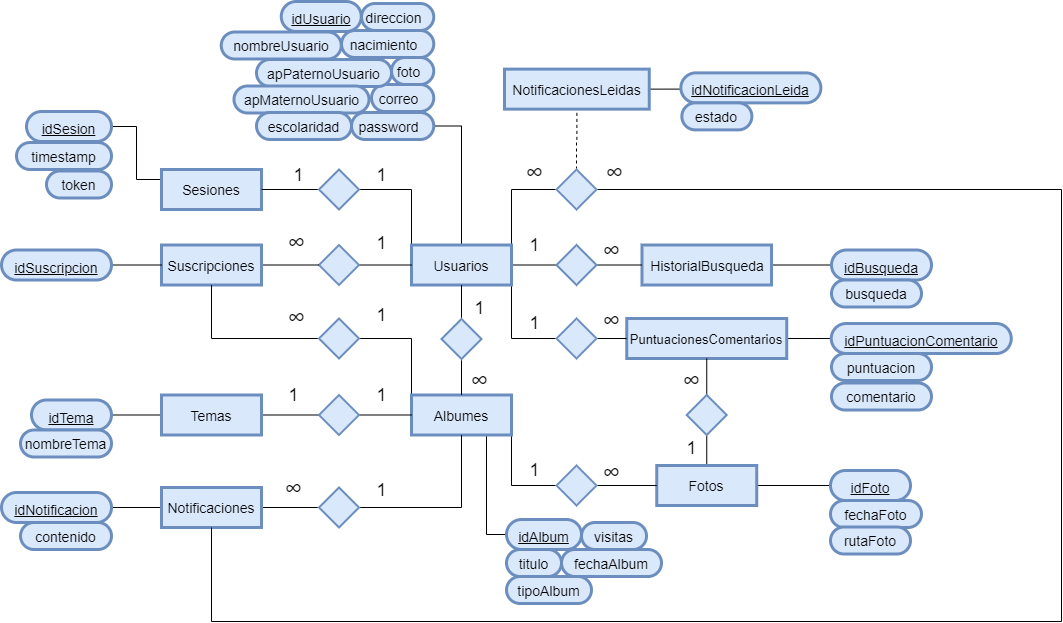
CesarArellano/Virtual-Albums keeps this draw.io diagram as Documentacion/Diagrama Entidad-Relación Proyecto.png. Above is the earlier version. Source tidied: cells renumbered, new cells last; positions are measured from the earlier drawing's top-left corner, leaving out a move shared by most shapes.
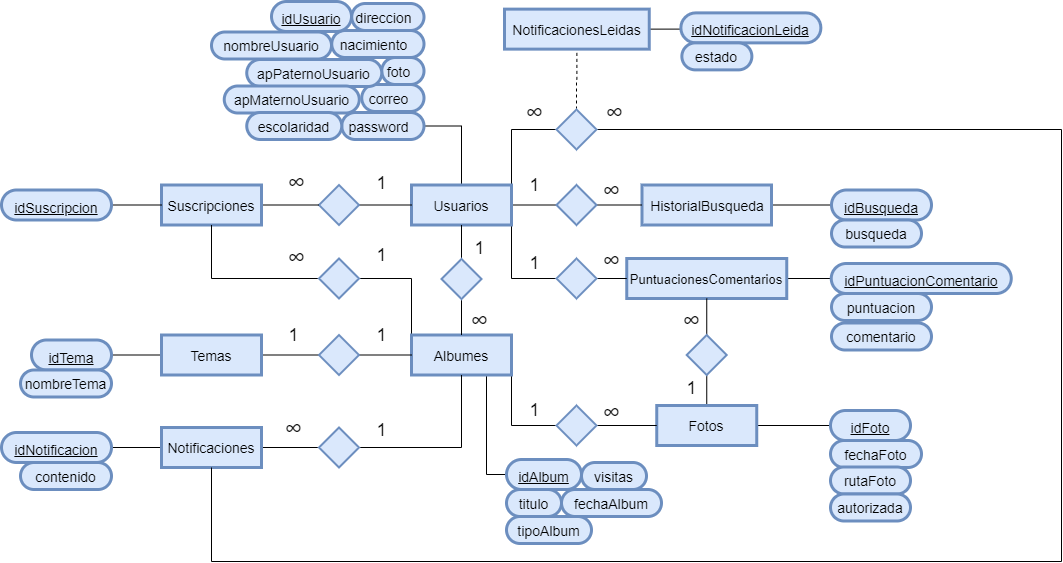
The same diagram one commit later.

Change to the diagram source:
```diff
@@ -14,9 +14,6 @@
     <mxCell id="5" style="edgeStyle=orthogonalEdgeStyle;rounded=0;jettySize=auto;html=1;exitX=1;exitY=0;exitDx=0;exitDy=0;entryX=0;entryY=0.5;entryDx=0;entryDy=0;endArrow=none;endFill=0;fontFamily=Helvetica;align=center;shadow=0;comic=0;" parent="1" edge="1" source="7" target="91">
       <mxGeometry relative="1" as="geometry" />
     </mxCell>
-    <mxCell id="6" style="edgeStyle=orthogonalEdgeStyle;rounded=0;jettySize=auto;html=1;exitX=0;exitY=0;exitDx=0;exitDy=0;entryX=1;entryY=0.5;entryDx=0;entryDy=0;endArrow=none;endFill=0;fontFamily=Helvetica;align=center;shadow=0;comic=0;" parent="1" edge="1" source="7" target="104">
-      <mxGeometry relative="1" as="geometry" />
-    </mxCell>
     <mxCell id="7" value="Usuarios" style="rounded=0;whiteSpace=wrap;html=1;fillColor=#dae8fc;strokeColor=#6c8ebf;fontFamily=Helvetica;fontSize=14;strokeWidth=3;align=center;shadow=0;comic=0;" parent="1" vertex="1">
       <mxGeometry x="410" y="243.5" width="100" height="40" as="geometry" />
     </mxCell>
@@ -69,19 +66,19 @@
       <mxGeometry x="640.5" y="243.5" width="129.5" height="40" as="geometry" />
     </mxCell>
     <mxCell id="24" value="&lt;font style=&quot;font-size: 14px&quot;&gt;direccion&lt;/font&gt;" style="rounded=1;whiteSpace=wrap;html=1;arcSize=50;fillColor=#dae8fc;strokeColor=#6c8ebf;strokeWidth=3;align=center;spacingRight=7;fontFamily=Helvetica;shadow=0;comic=0;" parent="1" vertex="1">
-      <mxGeometry x="360" y="2" width="72.2" height="27" as="geometry" />
+      <mxGeometry x="350.2" y="62" width="72.2" height="27" as="geometry" />
     </mxCell>
     <mxCell id="25" value="&lt;span style=&quot;font-size: 14px&quot;&gt;nacimiento&lt;/span&gt;" style="rounded=1;whiteSpace=wrap;html=1;arcSize=50;fillColor=#dae8fc;strokeColor=#6c8ebf;strokeWidth=3;align=center;spacingRight=7;fontFamily=Helvetica;shadow=0;comic=0;" parent="1" vertex="1">
-      <mxGeometry x="340" y="29" width="92.2" height="27" as="geometry" />
+      <mxGeometry x="330.2" y="89" width="92.2" height="27" as="geometry" />
     </mxCell>
     <mxCell id="26" value="&lt;span style=&quot;font-size: 14px&quot;&gt;foto&lt;/span&gt;" style="rounded=1;whiteSpace=wrap;html=1;arcSize=50;fillColor=#dae8fc;strokeColor=#6c8ebf;strokeWidth=3;align=center;spacingRight=7;fontFamily=Helvetica;shadow=0;comic=0;" parent="1" vertex="1">
-      <mxGeometry x="390" y="56" width="42.2" height="27" as="geometry" />
+      <mxGeometry x="380.2" y="116" width="42.2" height="27" as="geometry" />
     </mxCell>
     <mxCell id="27" value="&lt;span style=&quot;font-size: 14px&quot;&gt;correo&lt;/span&gt;" style="rounded=1;whiteSpace=wrap;html=1;arcSize=50;fillColor=#dae8fc;strokeColor=#6c8ebf;strokeWidth=3;align=center;spacingRight=7;fontFamily=Helvetica;shadow=0;comic=0;" parent="1" vertex="1">
-      <mxGeometry x="370" y="83" width="62.2" height="27" as="geometry" />
+      <mxGeometry x="360.2" y="143" width="62.2" height="27" as="geometry" />
     </mxCell>
     <mxCell id="28" value="&lt;span style=&quot;font-size: 14px&quot;&gt;password&lt;/span&gt;" style="rounded=1;whiteSpace=wrap;html=1;arcSize=50;fillColor=#dae8fc;strokeColor=#6c8ebf;strokeWidth=3;align=center;spacingRight=7;fontFamily=Helvetica;shadow=0;comic=0;" parent="1" vertex="1">
-      <mxGeometry x="350" y="111" width="82.2" height="27" as="geometry" />
+      <mxGeometry x="340.2" y="171" width="82.2" height="27" as="geometry" />
     </mxCell>
     <mxCell id="29" style="edgeStyle=orthogonalEdgeStyle;rounded=0;jettySize=auto;html=1;exitX=1;exitY=0.5;exitDx=0;exitDy=0;entryX=0;entryY=0.5;entryDx=0;entryDy=0;endArrow=none;endFill=0;fontFamily=Helvetica;align=center;shadow=0;comic=0;" parent="1" edge="1" source="30" target="35">
       <mxGeometry relative="1" as="geometry" />
@@ -262,7 +259,7 @@
     </mxCell>
     <mxCell id="88" style="edgeStyle=orthogonalEdgeStyle;rounded=0;orthogonalLoop=1;jettySize=auto;html=1;exitX=1;exitY=0.5;exitDx=0;exitDy=0;entryX=0;entryY=0.5;entryDx=0;entryDy=0;endArrow=none;endFill=0;" parent="1" edge="1">
       <mxGeometry relative="1" as="geometry">
-        <mxPoint x="800" y="174.5" as="sourcePoint" />
+        <mxPoint x="825" y="177.5" as="sourcePoint" />
       </mxGeometry>
     </mxCell>
     <mxCell id="89" style="edgeStyle=orthogonalEdgeStyle;rounded=0;jettySize=auto;html=1;entryX=0.5;entryY=1;entryDx=0;entryDy=0;endArrow=none;endFill=0;fontFamily=Helvetica;align=center;shadow=0;comic=0;" parent="1" edge="1" source="91" target="83">
@@ -280,27 +277,6 @@
     <mxCell id="91" style="rhombus;whiteSpace=wrap;html=1;fillColor=#dae8fc;strokeColor=#6c8ebf;strokeWidth=2;fontFamily=Helvetica;align=center;shadow=0;comic=0;" parent="1" vertex="1">
       <mxGeometry x="555" y="168" width="40" height="40" as="geometry" />
     </mxCell>
-    <mxCell id="92" style="edgeStyle=orthogonalEdgeStyle;rounded=0;jettySize=auto;html=1;exitX=0;exitY=0.25;exitDx=0;exitDy=0;entryX=1;entryY=0.5;entryDx=0;entryDy=0;endArrow=none;endFill=0;fontFamily=Helvetica;align=center;shadow=0;comic=0;" parent="1" edge="1" source="93" target="94">
-      <mxGeometry relative="1" as="geometry" />
-    </mxCell>
-    <mxCell id="93" value="Sesiones" style="rounded=0;whiteSpace=wrap;html=1;fillColor=#dae8fc;strokeColor=#6c8ebf;fontFamily=Helvetica;fontSize=14;strokeWidth=3;align=center;shadow=0;comic=0;" parent="1" vertex="1">
-      <mxGeometry x="160" y="168" width="100" height="40" as="geometry" />
-    </mxCell>
-    <mxCell id="94" value="&lt;span style=&quot;font-size: 14px&quot;&gt;idSesion&lt;/span&gt;" style="rounded=1;whiteSpace=wrap;html=1;shadow=0;glass=0;comic=0;strokeWidth=3;fontSize=23;fillColor=#dae8fc;strokeColor=#6c8ebf;arcSize=50;fontStyle=4;fontFamily=Helvetica;align=center;" parent="1" vertex="1">
-      <mxGeometry x="25" y="110" width="85" height="30" as="geometry" />
-    </mxCell>
-    <mxCell id="95" value="&lt;font style=&quot;font-size: 14px&quot;&gt;timestamp&lt;/font&gt;" style="rounded=1;whiteSpace=wrap;html=1;arcSize=50;fillColor=#dae8fc;strokeColor=#6c8ebf;strokeWidth=3;fontFamily=Helvetica;align=center;shadow=0;comic=0;" parent="1" vertex="1">
-      <mxGeometry x="15" y="141" width="95" height="27" as="geometry" />
-    </mxCell>
-    <mxCell id="96" value="&lt;font style=&quot;font-size: 18px&quot;&gt;1&lt;/font&gt;" style="text;html=1;fontSize=25;fontFamily=Helvetica;align=center;shadow=0;comic=0;" parent="1" vertex="1">
-      <mxGeometry x="284.8" y="148.8" width="25" height="40" as="geometry" />
-    </mxCell>
-    <mxCell id="97" value="&lt;font style=&quot;font-size: 18px&quot;&gt;1&lt;/font&gt;" style="text;html=1;fontSize=25;fontFamily=Helvetica;align=center;shadow=0;comic=0;" parent="1" vertex="1">
-      <mxGeometry x="367.5" y="148.8" width="25" height="40" as="geometry" />
-    </mxCell>
-    <mxCell id="98" value="&lt;font style=&quot;font-size: 14px&quot;&gt;token&lt;br&gt;&lt;/font&gt;" style="rounded=1;whiteSpace=wrap;html=1;arcSize=50;fillColor=#dae8fc;strokeColor=#6c8ebf;strokeWidth=3;fontFamily=Helvetica;align=center;shadow=0;comic=0;" parent="1" vertex="1">
-      <mxGeometry x="45" y="169.5" width="65" height="27" as="geometry" />
-    </mxCell>
     <mxCell id="99" style="edgeStyle=orthogonalEdgeStyle;rounded=0;jettySize=auto;html=1;exitX=1;exitY=0.5;exitDx=0;exitDy=0;entryX=0;entryY=0.5;entryDx=0;entryDy=0;endArrow=none;endFill=0;fontFamily=Helvetica;align=center;shadow=0;comic=0;" parent="1" edge="1" source="100" target="101">
       <mxGeometry relative="1" as="geometry" />
     </mxCell>
@@ -313,12 +289,6 @@
     <mxCell id="102" value="&lt;font style=&quot;font-size: 14px&quot;&gt;estado&lt;/font&gt;" style="rounded=1;whiteSpace=wrap;html=1;arcSize=50;fillColor=#dae8fc;strokeColor=#6c8ebf;strokeWidth=3;fontFamily=Helvetica;align=center;shadow=0;comic=0;" parent="1" vertex="1">
       <mxGeometry x="680.4" y="101.4" width="70" height="27" as="geometry" />
     </mxCell>
-    <mxCell id="103" style="edgeStyle=orthogonalEdgeStyle;rounded=0;jettySize=auto;html=1;entryX=1;entryY=0.5;entryDx=0;entryDy=0;endArrow=none;endFill=0;fontFamily=Helvetica;align=center;shadow=0;comic=0;" parent="1" edge="1" source="104" target="93">
-      <mxGeometry relative="1" as="geometry" />
-    </mxCell>
-    <mxCell id="104" style="rhombus;whiteSpace=wrap;html=1;fillColor=#dae8fc;strokeColor=#6c8ebf;strokeWidth=2;fontFamily=Helvetica;align=center;shadow=0;comic=0;" parent="1" vertex="1">
-      <mxGeometry x="317.5" y="168" width="40" height="40" as="geometry" />
-    </mxCell>
     <mxCell id="105" value="&lt;font style=&quot;font-size: 25px;&quot;&gt;∞&lt;/font&gt;" style="text;html=1;fontSize=25;fontFamily=Helvetica;align=center;shadow=0;comic=0;" parent="1" vertex="1">
       <mxGeometry x="602.5" y="148.8" width="20" height="30" as="geometry" />
     </mxCell>
@@ -326,19 +296,22 @@
       <mxGeometry x="522.5" y="148.8" width="20" height="30" as="geometry" />
     </mxCell>
     <mxCell id="107" value="&lt;span style=&quot;font-size: 14px&quot;&gt;idUsuario&lt;/span&gt;" style="rounded=1;whiteSpace=wrap;html=1;shadow=0;glass=0;comic=0;strokeWidth=3;fontSize=23;fillColor=#dae8fc;strokeColor=#6c8ebf;arcSize=50;fontStyle=4;spacingTop=0;fontFamily=Helvetica;align=center;" parent="1" vertex="1">
-      <mxGeometry x="279.8" width="80" height="30" as="geometry" />
+      <mxGeometry x="270" y="60" width="80" height="30" as="geometry" />
     </mxCell>
     <mxCell id="108" value="&lt;font style=&quot;font-size: 14px&quot;&gt;nombreUsuario&lt;/font&gt;" style="rounded=1;whiteSpace=wrap;html=1;arcSize=50;fillColor=#dae8fc;strokeColor=#6c8ebf;strokeWidth=3;spacingTop=0;fontFamily=Helvetica;align=center;shadow=0;comic=0;" parent="1" vertex="1">
-      <mxGeometry x="219.8" y="30.5" width="120" height="27" as="geometry" />
+      <mxGeometry x="210" y="90.5" width="120" height="27" as="geometry" />
     </mxCell>
     <mxCell id="109" value="&lt;font style=&quot;font-size: 14px&quot;&gt;apPaternoUsuario&lt;/font&gt;" style="rounded=1;whiteSpace=wrap;html=1;arcSize=50;fillColor=#dae8fc;strokeColor=#6c8ebf;strokeWidth=3;spacingTop=0;fontFamily=Helvetica;align=center;shadow=0;comic=0;" parent="1" vertex="1">
-      <mxGeometry x="255" y="58" width="135" height="27" as="geometry" />
+      <mxGeometry x="245.2" y="118" width="135" height="27" as="geometry" />
     </mxCell>
     <mxCell id="110" value="&lt;font style=&quot;font-size: 14px&quot;&gt;apMaternoUsuario&lt;/font&gt;" style="rounded=1;whiteSpace=wrap;html=1;arcSize=50;fillColor=#dae8fc;strokeColor=#6c8ebf;strokeWidth=3;spacingTop=0;fontFamily=Helvetica;align=center;shadow=0;comic=0;" parent="1" vertex="1">
-      <mxGeometry x="232.5" y="84.5" width="135" height="27" as="geometry" />
+      <mxGeometry x="222.8" y="144.5" width="135" height="27" as="geometry" />
     </mxCell>
     <mxCell id="111" value="&lt;font style=&quot;font-size: 14px&quot;&gt;escolaridad&lt;/font&gt;" style="rounded=1;whiteSpace=wrap;html=1;arcSize=50;fillColor=#dae8fc;strokeColor=#6c8ebf;strokeWidth=3;spacingTop=0;fontFamily=Helvetica;align=center;shadow=0;comic=0;" parent="1" vertex="1">
-      <mxGeometry x="255" y="111" width="95" height="27" as="geometry" />
+      <mxGeometry x="245.2" y="171" width="95" height="27" as="geometry" />
     </mxCell>
+    <mxCell id="112" value="&lt;font style=&quot;font-size: 14px&quot;&gt;autorizada&lt;/font&gt;" style="rounded=1;whiteSpace=wrap;html=1;arcSize=50;fillColor=#dae8fc;strokeColor=#6c8ebf;strokeWidth=3;fontFamily=Helvetica;align=center;shadow=0;comic=0;" parent="1" vertex="1">
+      <mxGeometry x="829" y="552.5" width="80" height="27" as="geometry" />
+    </mxCell>
   </root>
 </mxGraphModel>
```
